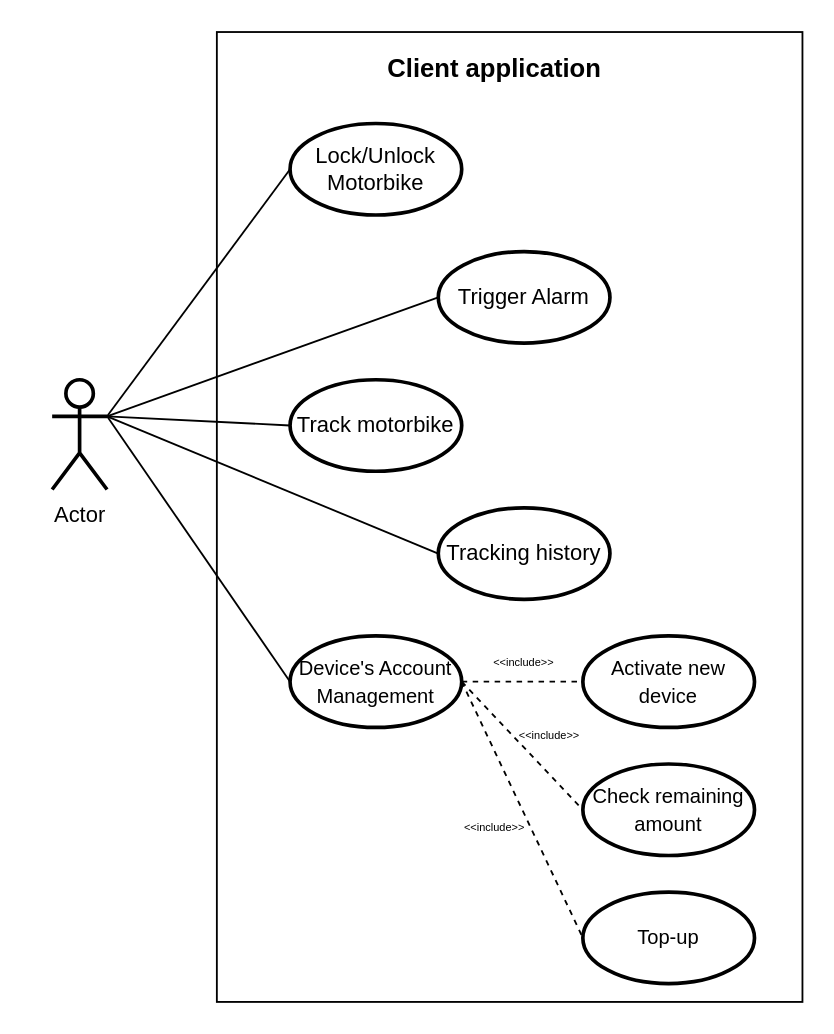
This is page "Client App (Topic)" (3 of 4) of Untitled Diagram.drawio from ntxtung/DrawIORepo, a draw.io file, before an edit. Source tidied: cells renumbered, new cells numbered last; positions are measured from the earlier drawing's top-left corner, leaving out a move shared by most shapes. Both pictures are drawn from the tidied source at 183%, with x=0, y=0 at pixel (51, 31).
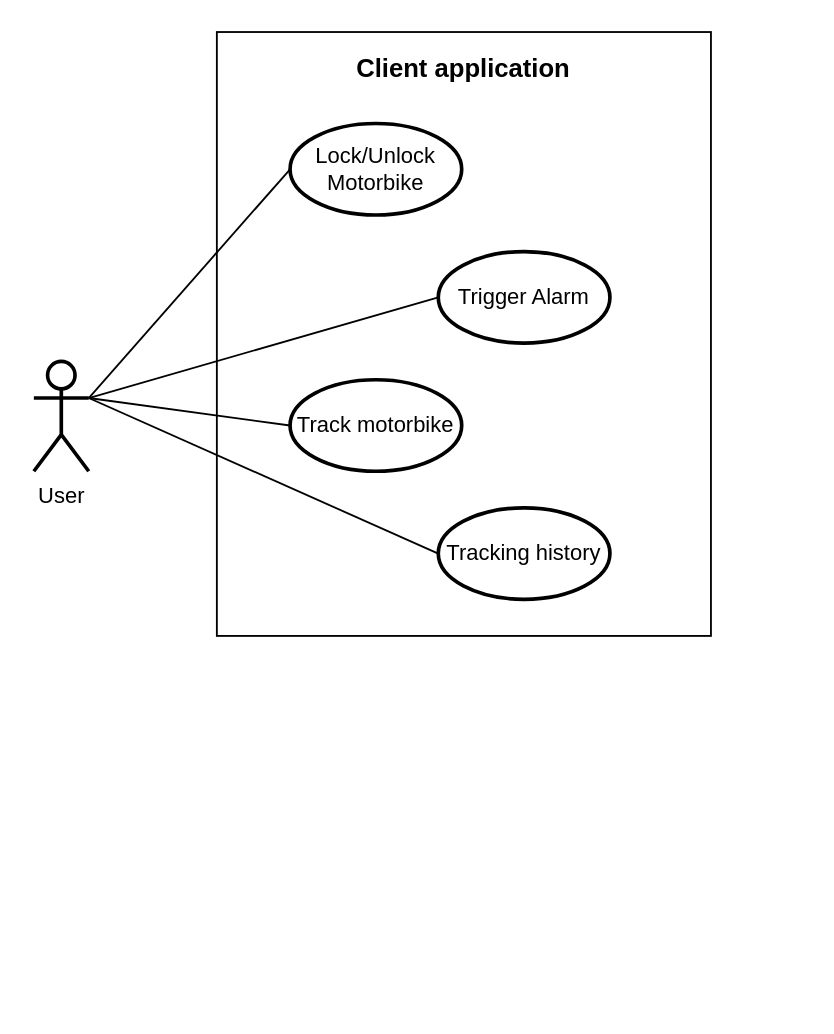
Above is the later version.

What changed in the source:
```diff
@@
-    <mxCell id="2" value="Actor" style="shape=umlActor;verticalLabelPosition=bottom;labelBackgroundColor=#ffffff;verticalAlign=top;html=1;outlineConnect=0;strokeColor=#000000;strokeWidth=2;fillColor=none;fontSize=12;" parent="1" vertex="1">
-      <mxGeometry y="190" width="30" height="60" as="geometry" />
+    <mxCell id="2" value="User" style="shape=umlActor;verticalLabelPosition=bottom;labelBackgroundColor=#ffffff;verticalAlign=top;html=1;outlineConnect=0;strokeColor=#000000;strokeWidth=2;fillColor=none;fontSize=12;" parent="1" vertex="1">
+      <mxGeometry x="-10" y="180" width="30" height="60" as="geometry" />
     </mxCell>
     <mxCell id="3" style="rounded=0;whiteSpace=wrap;html=1;strokeColor=#000000;strokeWidth=1;fillColor=none;fontSize=12;" parent="1" vertex="1">
-      <mxGeometry x="90" width="320" height="530" as="geometry" />
+      <mxGeometry x="90" width="270" height="330" as="geometry" />
     </mxCell>
@@
-    <mxCell id="8" value="&lt;font style=&quot;font-size: 11px&quot;&gt;Device's Account Management&lt;/font&gt;" style="ellipse;whiteSpace=wrap;html=1;strokeColor=#000000;strokeWidth=2;fillColor=none;fontSize=12;" parent="1" vertex="1">
-      <mxGeometry x="130" y="330" width="93.8" height="50" as="geometry" />
-    </mxCell>
-    <mxCell id="9" value="&lt;font style=&quot;font-size: 11px&quot;&gt;Activate new device&lt;/font&gt;" style="ellipse;whiteSpace=wrap;html=1;strokeColor=#000000;strokeWidth=2;fillColor=none;fontSize=12;" parent="1" vertex="1">
-      <mxGeometry x="290" y="330" width="93.8" height="50" as="geometry" />
-    </mxCell>
-    <mxCell id="10" value="&lt;font style=&quot;font-size: 11px&quot;&gt;Check remaining amount&lt;/font&gt;" style="ellipse;whiteSpace=wrap;html=1;strokeColor=#000000;strokeWidth=2;fillColor=none;fontSize=12;" parent="1" vertex="1">
-      <mxGeometry x="290" y="400" width="93.8" height="50" as="geometry" />
-    </mxCell>
-    <mxCell id="11" value="&lt;font style=&quot;font-size: 11px&quot;&gt;Top-up&lt;/font&gt;" style="ellipse;whiteSpace=wrap;html=1;strokeColor=#000000;strokeWidth=2;fillColor=none;fontSize=12;" parent="1" vertex="1">
-      <mxGeometry x="290" y="470" width="93.8" height="50" as="geometry" />
-    </mxCell>
@@
-    <mxCell id="16" style="endArrow=none;html=1;fontSize=12;exitX=1;exitY=0.3333333333333333;exitDx=0;exitDy=0;exitPerimeter=0;entryX=0;entryY=0.5;entryDx=0;entryDy=0;" parent="1" edge="1" source="2" target="8">
-      <mxGeometry relative="1" as="geometry" />
-    </mxCell>
-    <mxCell id="17" style="endArrow=none;html=1;fontSize=12;exitX=1;exitY=0.5;exitDx=0;exitDy=0;entryX=0;entryY=0.5;entryDx=0;entryDy=0;dashed=1;" parent="1" edge="1" source="8" target="9">
-      <mxGeometry relative="1" as="geometry" />
-    </mxCell>
-    <mxCell id="18" style="endArrow=none;dashed=1;html=1;fontSize=12;exitX=1;exitY=0.5;exitDx=0;exitDy=0;entryX=0;entryY=0.5;entryDx=0;entryDy=0;" parent="1" edge="1" source="8" target="10">
-      <mxGeometry relative="1" as="geometry" />
-    </mxCell>
-    <mxCell id="19" style="endArrow=none;dashed=1;html=1;fontSize=12;exitX=1;exitY=0.5;exitDx=0;exitDy=0;entryX=0;entryY=0.5;entryDx=0;entryDy=0;" parent="1" edge="1" source="8" target="11">
-      <mxGeometry relative="1" as="geometry" />
-    </mxCell>
-    <mxCell id="20" value="&amp;lt;&amp;lt;include&amp;gt;&amp;gt;" style="text;html=1;strokeColor=none;fillColor=none;align=center;verticalAlign=middle;whiteSpace=wrap;rounded=0;fontSize=6;" parent="1" vertex="1">
-      <mxGeometry x="239.8" y="340" width="36.2" height="10" as="geometry" />
-    </mxCell>
-    <mxCell id="21" value="&amp;lt;&amp;lt;include&amp;gt;&amp;gt;" style="text;html=1;strokeColor=none;fillColor=none;align=center;verticalAlign=middle;whiteSpace=wrap;rounded=0;fontSize=6;" parent="1" vertex="1">
-      <mxGeometry x="253.8" y="380" width="36.2" height="10" as="geometry" />
-    </mxCell>
-    <mxCell id="22" value="&amp;lt;&amp;lt;include&amp;gt;&amp;gt;" style="text;html=1;strokeColor=none;fillColor=none;align=center;verticalAlign=middle;whiteSpace=wrap;rounded=0;fontSize=6;" parent="1" vertex="1">
-      <mxGeometry x="223.8" y="430" width="36.2" height="10" as="geometry" />
-    </mxCell>
     <mxCell id="23" value="Client application" style="text;html=1;strokeColor=none;fillColor=none;align=center;verticalAlign=middle;whiteSpace=wrap;rounded=0;fontSize=14;fontStyle=1;" parent="1" vertex="1">
-      <mxGeometry x="171.9" y="10" width="140" height="20" as="geometry" />
+      <mxGeometry x="155" y="10" width="140" height="20" as="geometry" />
     </mxCell>
```
